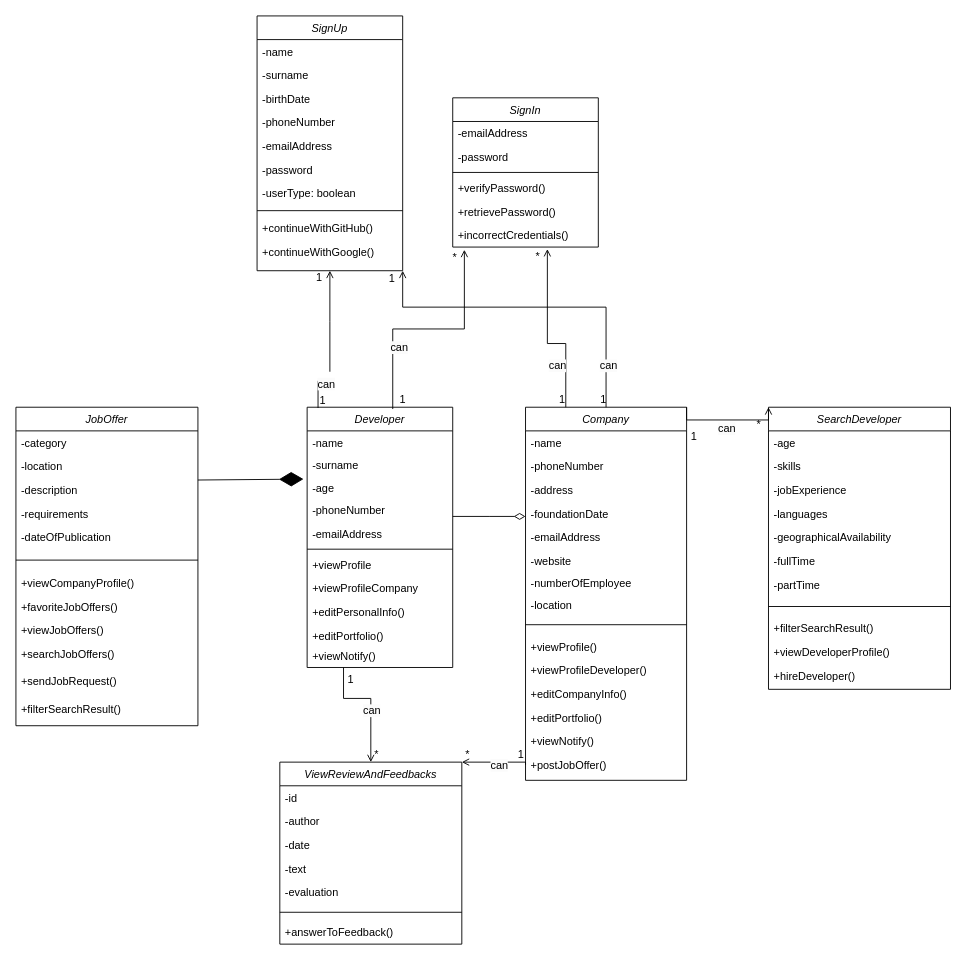
This is class_diagram/class_diagram.drawio from mattiadanisi00/ids, a draw.io file, before an edit. Source tidied: cells renumbered, new cells numbered last; positions are measured from the earlier drawing's top-left corner, leaving out a move shared by most shapes. Both pictures are drawn from the tidied source at 91%, with x=0, y=0 at pixel (15, 15).
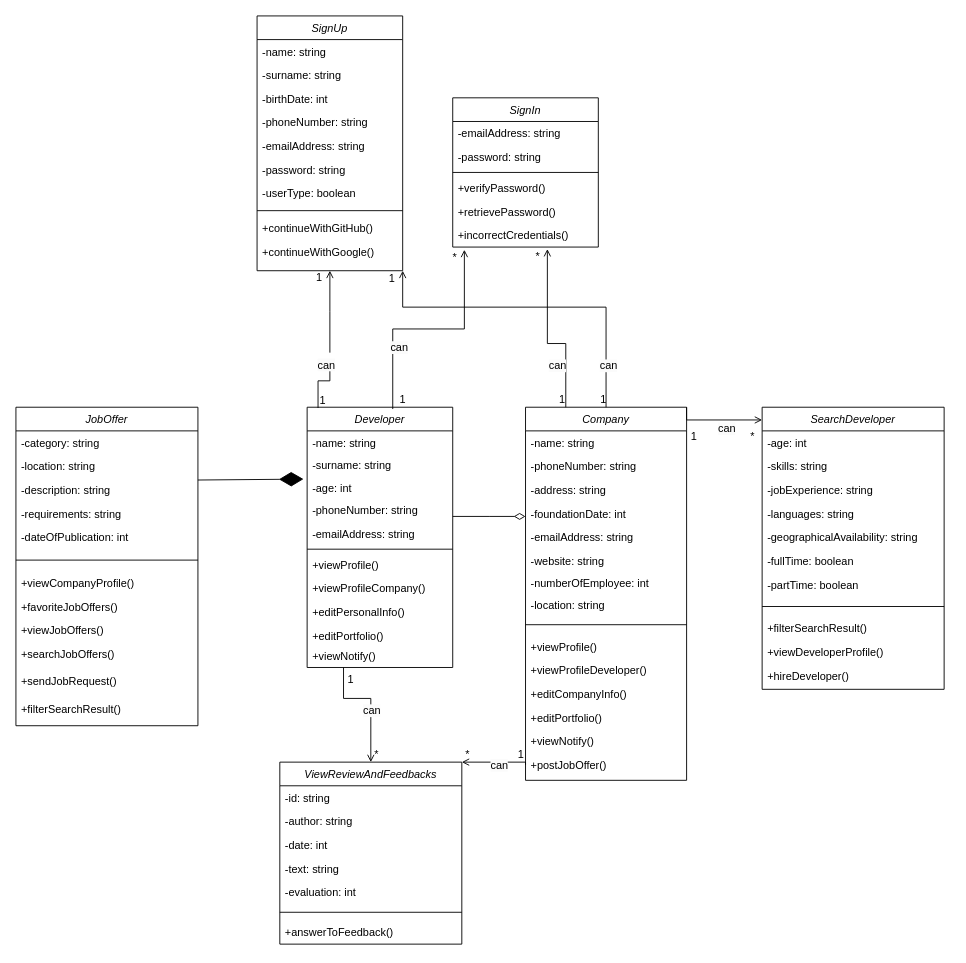
The same page after the edit.

The change refers to these unchanged cells:
```xml
<mxCell id="2" value="Developer" style="swimlane;fontStyle=2;align=center;verticalAlign=top;horizontal=1;startSize=26;rounded=0;shadow=0;strokeWidth=1;" parent="1" vertex="1">
  <mxGeometry x="320" y="430" width="160" height="286" as="geometry" />
</mxCell>
<mxCell id="14" value="Company" style="swimlane;fontStyle=2;align=center;verticalAlign=top;horizontal=1;startSize=26;rounded=0;shadow=0;strokeWidth=1;" parent="1" vertex="1">
  <mxGeometry x="560" y="430" width="177" height="410" as="geometry" />
</mxCell>
<mxCell id="30" value="SignIn" style="swimlane;fontStyle=2;align=center;verticalAlign=top;horizontal=1;startSize=26;rounded=0;shadow=0;strokeWidth=1;" parent="1" vertex="1">
  <mxGeometry x="480" y="90" width="160" height="164" as="geometry" />
</mxCell>
<mxCell id="37" value="SignUp" style="swimlane;fontStyle=2;align=center;verticalAlign=top;horizontal=1;startSize=26;rounded=0;shadow=0;strokeWidth=1;" parent="1" vertex="1">
  <mxGeometry x="265" width="160" height="280" as="geometry" />
</mxCell>
<mxCell id="48" value="ViewReviewAndFeedbacks" style="swimlane;fontStyle=2;align=center;verticalAlign=top;horizontal=1;startSize=26;rounded=0;shadow=0;strokeWidth=1;" parent="1" vertex="1">
  <mxGeometry x="290" y="820" width="200" height="200" as="geometry" />
</mxCell>
<mxCell id="93" value="JobOffer" style="swimlane;fontStyle=2;align=center;verticalAlign=top;horizontal=1;startSize=26;rounded=0;shadow=0;strokeWidth=1;" parent="1" vertex="1">
  <mxGeometry y="430" width="200" height="350" as="geometry" />
</mxCell>
```

The edit, as a diff of the source:
```diff
@@
-    <mxCell id="3" value="-name" style="text;align=left;verticalAlign=top;spacingLeft=4;spacingRight=4;overflow=hidden;rounded=0;shadow=0;html=0;" parent="2" vertex="1">
+    <mxCell id="3" value="-name: string" style="text;align=left;verticalAlign=top;spacingLeft=4;spacingRight=4;overflow=hidden;rounded=0;shadow=0;html=0;" parent="2" vertex="1">
       <mxGeometry y="26" width="160" height="24" as="geometry" />
     </mxCell>
-    <mxCell id="4" value="-surname" style="text;align=left;verticalAlign=top;spacingLeft=4;spacingRight=4;overflow=hidden;rounded=0;shadow=0;html=0;" parent="2" vertex="1">
+    <mxCell id="4" value="-surname: string" style="text;align=left;verticalAlign=top;spacingLeft=4;spacingRight=4;overflow=hidden;rounded=0;shadow=0;html=0;" parent="2" vertex="1">
       <mxGeometry y="50" width="160" height="26" as="geometry" />
     </mxCell>
-    <mxCell id="5" value="-age" style="text;align=left;verticalAlign=top;spacingLeft=4;spacingRight=4;overflow=hidden;points=[[0,0.5],[1,0.5]];portConstraint=eastwest;rounded=0;shadow=0;html=0;" parent="2" vertex="1">
+    <mxCell id="5" value="-age: int" style="text;align=left;verticalAlign=top;spacingLeft=4;spacingRight=4;overflow=hidden;points=[[0,0.5],[1,0.5]];portConstraint=eastwest;rounded=0;shadow=0;html=0;" parent="2" vertex="1">
       <mxGeometry y="76" width="160" height="24" as="geometry" />
     </mxCell>
-    <mxCell id="6" value="-phoneNumber" style="text;align=left;verticalAlign=top;spacingLeft=4;spacingRight=4;overflow=hidden;rounded=0;shadow=0;html=0;" parent="2" vertex="1">
+    <mxCell id="6" value="-phoneNumber: string" style="text;align=left;verticalAlign=top;spacingLeft=4;spacingRight=4;overflow=hidden;rounded=0;shadow=0;html=0;" parent="2" vertex="1">
       <mxGeometry y="100" width="160" height="26" as="geometry" />
     </mxCell>
-    <mxCell id="7" value="-emailAddress" style="text;align=left;verticalAlign=top;spacingLeft=4;spacingRight=4;overflow=hidden;rounded=0;shadow=0;html=0;" parent="2" vertex="1">
+    <mxCell id="7" value="-emailAddress: string" style="text;align=left;verticalAlign=top;spacingLeft=4;spacingRight=4;overflow=hidden;rounded=0;shadow=0;html=0;" parent="2" vertex="1">
       <mxGeometry y="126" width="160" height="26" as="geometry" />
     </mxCell>
@@
-    <mxCell id="9" value="+viewProfile" style="text;align=left;verticalAlign=top;spacingLeft=4;spacingRight=4;overflow=hidden;rounded=0;shadow=0;html=0;" parent="2" vertex="1">
+    <mxCell id="9" value="+viewProfile()" style="text;align=left;verticalAlign=top;spacingLeft=4;spacingRight=4;overflow=hidden;rounded=0;shadow=0;html=0;" parent="2" vertex="1">
       <mxGeometry y="160" width="160" height="26" as="geometry" />
     </mxCell>
-    <mxCell id="10" value="+viewProfileCompany" style="text;align=left;verticalAlign=top;spacingLeft=4;spacingRight=4;overflow=hidden;rounded=0;shadow=0;html=0;" parent="2" vertex="1">
+    <mxCell id="10" value="+viewProfileCompany()" style="text;align=left;verticalAlign=top;spacingLeft=4;spacingRight=4;overflow=hidden;rounded=0;shadow=0;html=0;" parent="2" vertex="1">
       <mxGeometry y="186" width="160" height="26" as="geometry" />
     </mxCell>
@@
-    <mxCell id="15" value="-name" style="text;align=left;verticalAlign=top;spacingLeft=4;spacingRight=4;overflow=hidden;rounded=0;shadow=0;html=0;" parent="14" vertex="1">
+    <mxCell id="15" value="-name: string" style="text;align=left;verticalAlign=top;spacingLeft=4;spacingRight=4;overflow=hidden;rounded=0;shadow=0;html=0;" parent="14" vertex="1">
       <mxGeometry y="26" width="177" height="26" as="geometry" />
     </mxCell>
-    <mxCell id="16" value="-phoneNumber" style="text;align=left;verticalAlign=top;spacingLeft=4;spacingRight=4;overflow=hidden;rounded=0;shadow=0;html=0;" parent="14" vertex="1">
+    <mxCell id="16" value="-phoneNumber: string" style="text;align=left;verticalAlign=top;spacingLeft=4;spacingRight=4;overflow=hidden;rounded=0;shadow=0;html=0;" parent="14" vertex="1">
       <mxGeometry y="52" width="177" height="26" as="geometry" />
     </mxCell>
-    <mxCell id="17" value="-address" style="text;align=left;verticalAlign=top;spacingLeft=4;spacingRight=4;overflow=hidden;rounded=0;shadow=0;html=0;" parent="14" vertex="1">
+    <mxCell id="17" value="-address: string" style="text;align=left;verticalAlign=top;spacingLeft=4;spacingRight=4;overflow=hidden;rounded=0;shadow=0;html=0;" parent="14" vertex="1">
       <mxGeometry y="78" width="177" height="26" as="geometry" />
     </mxCell>
-    <mxCell id="18" value="-foundationDate" style="text;align=left;verticalAlign=top;spacingLeft=4;spacingRight=4;overflow=hidden;rounded=0;shadow=0;html=0;" parent="14" vertex="1">
+    <mxCell id="18" value="-foundationDate: int" style="text;align=left;verticalAlign=top;spacingLeft=4;spacingRight=4;overflow=hidden;rounded=0;shadow=0;html=0;" parent="14" vertex="1">
       <mxGeometry y="104" width="177" height="26" as="geometry" />
     </mxCell>
-    <mxCell id="19" value="-emailAddress" style="text;align=left;verticalAlign=top;spacingLeft=4;spacingRight=4;overflow=hidden;rounded=0;shadow=0;html=0;" parent="14" vertex="1">
+    <mxCell id="19" value="-emailAddress: string" style="text;align=left;verticalAlign=top;spacingLeft=4;spacingRight=4;overflow=hidden;rounded=0;shadow=0;html=0;" parent="14" vertex="1">
       <mxGeometry y="130" width="177" height="26" as="geometry" />
     </mxCell>
-    <mxCell id="20" value="-website" style="text;align=left;verticalAlign=top;spacingLeft=4;spacingRight=4;overflow=hidden;rounded=0;shadow=0;html=0;" parent="14" vertex="1">
+    <mxCell id="20" value="-website: string" style="text;align=left;verticalAlign=top;spacingLeft=4;spacingRight=4;overflow=hidden;rounded=0;shadow=0;html=0;" parent="14" vertex="1">
       <mxGeometry y="156" width="177" height="24" as="geometry" />
     </mxCell>
-    <mxCell id="21" value="-numberOfEmployee" style="text;align=left;verticalAlign=top;spacingLeft=4;spacingRight=4;overflow=hidden;rounded=0;shadow=0;html=0;" parent="14" vertex="1">
+    <mxCell id="21" value="-numberOfEmployee: int" style="text;align=left;verticalAlign=top;spacingLeft=4;spacingRight=4;overflow=hidden;rounded=0;shadow=0;html=0;" parent="14" vertex="1">
       <mxGeometry y="180" width="177" height="24" as="geometry" />
     </mxCell>
-    <mxCell id="22" value="-location" style="text;align=left;verticalAlign=top;spacingLeft=4;spacingRight=4;overflow=hidden;rounded=0;shadow=0;html=0;" parent="14" vertex="1">
+    <mxCell id="22" value="-location: string" style="text;align=left;verticalAlign=top;spacingLeft=4;spacingRight=4;overflow=hidden;rounded=0;shadow=0;html=0;" parent="14" vertex="1">
       <mxGeometry y="204" width="177" height="24" as="geometry" />
     </mxCell>
@@
-    <mxCell id="31" value="-emailAddress" style="text;align=left;verticalAlign=top;spacingLeft=4;spacingRight=4;overflow=hidden;" parent="30" vertex="1">
+    <mxCell id="31" value="-emailAddress: string" style="text;align=left;verticalAlign=top;spacingLeft=4;spacingRight=4;overflow=hidden;" parent="30" vertex="1">
       <mxGeometry y="26" width="160" height="26" as="geometry" />
     </mxCell>
-    <mxCell id="32" value="-password" style="text;align=left;verticalAlign=top;spacingLeft=4;spacingRight=4;overflow=hidden;rounded=0;shadow=0;html=0;" parent="30" vertex="1">
+    <mxCell id="32" value="-password: string" style="text;align=left;verticalAlign=top;spacingLeft=4;spacingRight=4;overflow=hidden;rounded=0;shadow=0;html=0;" parent="30" vertex="1">
       <mxGeometry y="52" width="160" height="26" as="geometry" />
     </mxCell>
@@
-    <mxCell id="38" value="-name" style="text;align=left;verticalAlign=top;spacingLeft=4;spacingRight=4;overflow=hidden;" parent="37" vertex="1">
+    <mxCell id="38" value="-name: string" style="text;align=left;verticalAlign=top;spacingLeft=4;spacingRight=4;overflow=hidden;" parent="37" vertex="1">
       <mxGeometry y="26" width="160" height="26" as="geometry" />
     </mxCell>
-    <mxCell id="39" value="-surname" style="text;align=left;verticalAlign=top;spacingLeft=4;spacingRight=4;overflow=hidden;rounded=0;shadow=0;html=0;" parent="37" vertex="1">
+    <mxCell id="39" value="-surname: string" style="text;align=left;verticalAlign=top;spacingLeft=4;spacingRight=4;overflow=hidden;rounded=0;shadow=0;html=0;" parent="37" vertex="1">
       <mxGeometry y="52" width="160" height="26" as="geometry" />
     </mxCell>
-    <mxCell id="40" value="-birthDate" style="text;align=left;verticalAlign=top;spacingLeft=4;spacingRight=4;overflow=hidden;rounded=0;shadow=0;html=0;" parent="37" vertex="1">
+    <mxCell id="40" value="-birthDate: int" style="text;align=left;verticalAlign=top;spacingLeft=4;spacingRight=4;overflow=hidden;rounded=0;shadow=0;html=0;" parent="37" vertex="1">
       <mxGeometry y="78" width="160" height="26" as="geometry" />
     </mxCell>
-    <mxCell id="41" value="-phoneNumber" style="text;align=left;verticalAlign=top;spacingLeft=4;spacingRight=4;overflow=hidden;rounded=0;shadow=0;html=0;" parent="37" vertex="1">
+    <mxCell id="41" value="-phoneNumber: string" style="text;align=left;verticalAlign=top;spacingLeft=4;spacingRight=4;overflow=hidden;rounded=0;shadow=0;html=0;" parent="37" vertex="1">
       <mxGeometry y="104" width="160" height="26" as="geometry" />
     </mxCell>
-    <mxCell id="42" value="-emailAddress" style="text;align=left;verticalAlign=top;spacingLeft=4;spacingRight=4;overflow=hidden;rounded=0;shadow=0;html=0;" parent="37" vertex="1">
+    <mxCell id="42" value="-emailAddress: string" style="text;align=left;verticalAlign=top;spacingLeft=4;spacingRight=4;overflow=hidden;rounded=0;shadow=0;html=0;" parent="37" vertex="1">
       <mxGeometry y="130" width="160" height="26" as="geometry" />
     </mxCell>
-    <mxCell id="43" value="-password" style="text;align=left;verticalAlign=top;spacingLeft=4;spacingRight=4;overflow=hidden;rounded=0;shadow=0;html=0;" parent="37" vertex="1">
+    <mxCell id="43" value="-password: string" style="text;align=left;verticalAlign=top;spacingLeft=4;spacingRight=4;overflow=hidden;rounded=0;shadow=0;html=0;" parent="37" vertex="1">
       <mxGeometry y="156" width="160" height="26" as="geometry" />
     </mxCell>
@@
-    <mxCell id="49" value="-id" style="text;align=left;verticalAlign=top;spacingLeft=4;spacingRight=4;overflow=hidden;" parent="48" vertex="1">
+    <mxCell id="49" value="-id: string" style="text;align=left;verticalAlign=top;spacingLeft=4;spacingRight=4;overflow=hidden;" parent="48" vertex="1">
       <mxGeometry y="26" width="200" height="26" as="geometry" />
     </mxCell>
-    <mxCell id="50" value="-author" style="text;align=left;verticalAlign=top;spacingLeft=4;spacingRight=4;overflow=hidden;rounded=0;shadow=0;html=0;" parent="48" vertex="1">
+    <mxCell id="50" value="-author: string" style="text;align=left;verticalAlign=top;spacingLeft=4;spacingRight=4;overflow=hidden;rounded=0;shadow=0;html=0;" parent="48" vertex="1">
       <mxGeometry y="52" width="200" height="26" as="geometry" />
     </mxCell>
-    <mxCell id="51" value="-date" style="text;align=left;verticalAlign=top;spacingLeft=4;spacingRight=4;overflow=hidden;rounded=0;shadow=0;html=0;" parent="48" vertex="1">
+    <mxCell id="51" value="-date: int" style="text;align=left;verticalAlign=top;spacingLeft=4;spacingRight=4;overflow=hidden;rounded=0;shadow=0;html=0;" parent="48" vertex="1">
       <mxGeometry y="78" width="200" height="26" as="geometry" />
     </mxCell>
-    <mxCell id="52" value="-text" style="text;align=left;verticalAlign=top;spacingLeft=4;spacingRight=4;overflow=hidden;rounded=0;shadow=0;html=0;" parent="48" vertex="1">
+    <mxCell id="52" value="-text: string" style="text;align=left;verticalAlign=top;spacingLeft=4;spacingRight=4;overflow=hidden;rounded=0;shadow=0;html=0;" parent="48" vertex="1">
       <mxGeometry y="104" width="200" height="26" as="geometry" />
     </mxCell>
-    <mxCell id="53" value="-evaluation" style="text;align=left;verticalAlign=top;spacingLeft=4;spacingRight=4;overflow=hidden;rounded=0;shadow=0;html=0;" parent="48" vertex="1">
+    <mxCell id="53" value="-evaluation: int" style="text;align=left;verticalAlign=top;spacingLeft=4;spacingRight=4;overflow=hidden;rounded=0;shadow=0;html=0;" parent="48" vertex="1">
       <mxGeometry y="130" width="200" height="26" as="geometry" />
     </mxCell>
@@
     <mxCell id="56" value="SearchDeveloper" style="swimlane;fontStyle=2;align=center;verticalAlign=top;horizontal=1;startSize=26;rounded=0;shadow=0;strokeWidth=1;" parent="1" vertex="1">
-      <mxGeometry x="827" y="430" width="200" height="310" as="geometry" />
+      <mxGeometry x="820" y="430" width="200" height="310" as="geometry" />
     </mxCell>
-    <mxCell id="57" value="-age" style="text;align=left;verticalAlign=top;spacingLeft=4;spacingRight=4;overflow=hidden;rounded=0;shadow=0;html=0;" parent="56" vertex="1">
+    <mxCell id="57" value="-age: int" style="text;align=left;verticalAlign=top;spacingLeft=4;spacingRight=4;overflow=hidden;rounded=0;shadow=0;html=0;" parent="56" vertex="1">
       <mxGeometry y="26" width="200" height="26" as="geometry" />
     </mxCell>
-    <mxCell id="58" value="-skills" style="text;align=left;verticalAlign=top;spacingLeft=4;spacingRight=4;overflow=hidden;rounded=0;shadow=0;html=0;" parent="56" vertex="1">
+    <mxCell id="58" value="-skills: string" style="text;align=left;verticalAlign=top;spacingLeft=4;spacingRight=4;overflow=hidden;rounded=0;shadow=0;html=0;" parent="56" vertex="1">
       <mxGeometry y="52" width="200" height="26" as="geometry" />
     </mxCell>
-    <mxCell id="59" value="-jobExperience" style="text;align=left;verticalAlign=top;spacingLeft=4;spacingRight=4;overflow=hidden;rounded=0;shadow=0;html=0;" parent="56" vertex="1">
+    <mxCell id="59" value="-jobExperience: string" style="text;align=left;verticalAlign=top;spacingLeft=4;spacingRight=4;overflow=hidden;rounded=0;shadow=0;html=0;" parent="56" vertex="1">
       <mxGeometry y="78" width="200" height="26" as="geometry" />
     </mxCell>
-    <mxCell id="60" value="-languages" style="text;align=left;verticalAlign=top;spacingLeft=4;spacingRight=4;overflow=hidden;rounded=0;shadow=0;html=0;" parent="56" vertex="1">
+    <mxCell id="60" value="-languages: string" style="text;align=left;verticalAlign=top;spacingLeft=4;spacingRight=4;overflow=hidden;rounded=0;shadow=0;html=0;" parent="56" vertex="1">
       <mxGeometry y="104" width="200" height="26" as="geometry" />
     </mxCell>
-    <mxCell id="61" value="-geographicalAvailability" style="text;align=left;verticalAlign=top;spacingLeft=4;spacingRight=4;overflow=hidden;rounded=0;shadow=0;html=0;" parent="56" vertex="1">
+    <mxCell id="61" value="-geographicalAvailability: string" style="text;align=left;verticalAlign=top;spacingLeft=4;spacingRight=4;overflow=hidden;rounded=0;shadow=0;html=0;" parent="56" vertex="1">
       <mxGeometry y="130" width="200" height="26" as="geometry" />
     </mxCell>
-    <mxCell id="62" value="-fullTime" style="text;align=left;verticalAlign=top;spacingLeft=4;spacingRight=4;overflow=hidden;rounded=0;shadow=0;html=0;" parent="56" vertex="1">
+    <mxCell id="62" value="-fullTime: boolean" style="text;align=left;verticalAlign=top;spacingLeft=4;spacingRight=4;overflow=hidden;rounded=0;shadow=0;html=0;" parent="56" vertex="1">
       <mxGeometry y="156" width="200" height="26" as="geometry" />
     </mxCell>
-    <mxCell id="63" value="-partTime" style="text;align=left;verticalAlign=top;spacingLeft=4;spacingRight=4;overflow=hidden;rounded=0;shadow=0;html=0;" parent="56" vertex="1">
+    <mxCell id="63" value="-partTime: boolean" style="text;align=left;verticalAlign=top;spacingLeft=4;spacingRight=4;overflow=hidden;rounded=0;shadow=0;html=0;" parent="56" vertex="1">
       <mxGeometry y="182" width="200" height="26" as="geometry" />
     </mxCell>
@@
-    <mxCell id="82" style="endArrow=open;shadow=0;strokeWidth=1;rounded=0;endFill=1;edgeStyle=elbowEdgeStyle;elbow=vertical;entryX=0;entryY=0;entryDx=0;entryDy=0;exitX=1;exitY=0;exitDx=0;exitDy=0;" parent="1" edge="1" source="14" target="56">
+    <mxCell id="82" style="endArrow=open;shadow=0;strokeWidth=1;rounded=0;endFill=1;edgeStyle=elbowEdgeStyle;elbow=vertical;exitX=1;exitY=0;exitDx=0;exitDy=0;" parent="1" edge="1" source="14">
       <mxGeometry x="0.5" y="41" relative="1" as="geometry">
+        <mxPoint x="820" y="444" as="targetPoint" />
         <Array as="points">
           <mxPoint x="790" y="444" />
         </Array>
         <mxPoint x="-40" y="32" as="offset" />
       </mxGeometry>
     </mxCell>
@@
     <mxCell id="88" value="&lt;span style=&quot;caret-color: rgb(0, 0, 0); color: rgb(0, 0, 0); font-family: Helvetica; font-size: 12px; font-style: normal; font-variant-caps: normal; font-weight: 400; letter-spacing: normal; text-align: center; text-indent: 0px; text-transform: none; word-spacing: 0px; -webkit-text-stroke-width: 0px; background-color: rgb(251, 251, 251); text-decoration: none; float: none; display: inline !important;&quot;&gt;can&lt;/span&gt;" style="text;whiteSpace=wrap;html=1;" parent="1" vertex="1">
-      <mxGeometry x="330" y="391" width="30" height="20" as="geometry" />
+      <mxGeometry x="330" y="370" width="30" height="20" as="geometry" />
     </mxCell>
@@
-    <mxCell id="94" value="-category" style="text;align=left;verticalAlign=top;spacingLeft=4;spacingRight=4;overflow=hidden;" parent="93" vertex="1">
+    <mxCell id="94" value="-category: string" style="text;align=left;verticalAlign=top;spacingLeft=4;spacingRight=4;overflow=hidden;" parent="93" vertex="1">
       <mxGeometry y="26" width="200" height="26" as="geometry" />
     </mxCell>
-    <mxCell id="95" value="-location" style="text;align=left;verticalAlign=top;spacingLeft=4;spacingRight=4;overflow=hidden;rounded=0;shadow=0;html=0;" parent="93" vertex="1">
+    <mxCell id="95" value="-location: string" style="text;align=left;verticalAlign=top;spacingLeft=4;spacingRight=4;overflow=hidden;rounded=0;shadow=0;html=0;" parent="93" vertex="1">
       <mxGeometry y="52" width="200" height="26" as="geometry" />
     </mxCell>
-    <mxCell id="96" value="-description" style="text;align=left;verticalAlign=top;spacingLeft=4;spacingRight=4;overflow=hidden;rounded=0;shadow=0;html=0;" parent="93" vertex="1">
+    <mxCell id="96" value="-description: string" style="text;align=left;verticalAlign=top;spacingLeft=4;spacingRight=4;overflow=hidden;rounded=0;shadow=0;html=0;" parent="93" vertex="1">
       <mxGeometry y="78" width="200" height="26" as="geometry" />
     </mxCell>
-    <mxCell id="97" value="-requirements" style="text;align=left;verticalAlign=top;spacingLeft=4;spacingRight=4;overflow=hidden;rounded=0;shadow=0;html=0;" parent="93" vertex="1">
+    <mxCell id="97" value="-requirements: string" style="text;align=left;verticalAlign=top;spacingLeft=4;spacingRight=4;overflow=hidden;rounded=0;shadow=0;html=0;" parent="93" vertex="1">
       <mxGeometry y="104" width="200" height="26" as="geometry" />
     </mxCell>
-    <mxCell id="98" value="-dateOfPublication" style="text;align=left;verticalAlign=top;spacingLeft=4;spacingRight=4;overflow=hidden;rounded=0;shadow=0;html=0;" parent="93" vertex="1">
+    <mxCell id="98" value="-dateOfPublication: int" style="text;align=left;verticalAlign=top;spacingLeft=4;spacingRight=4;overflow=hidden;rounded=0;shadow=0;html=0;" parent="93" vertex="1">
       <mxGeometry y="130" width="200" height="26" as="geometry" />
     </mxCell>
```
